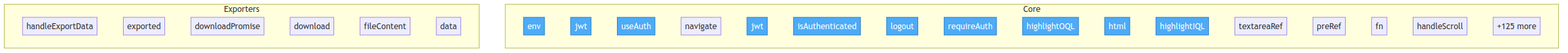
Above: project/flow.png in oqlos/www (Mermaid), before the change. Its source is kept beside it as project/flow.mmd.
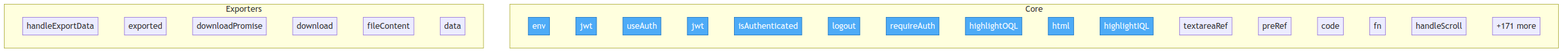
Later version of the same file.

Change to the diagram source:
```diff
@@ -6,7 +6,6 @@
         src__config__env["env"]
         src__components__ProtectedRoute__jwt["jwt"]
         src__hooks__useAuth__useAuth["useAuth"]
-        src__hooks__useAuth__navigate["navigate"]
         src__hooks__useAuth__jwt["jwt"]
         src__hooks__useAuth__isAuthenticated["isAuthenticated"]
         src__hooks__useAuth__logout["logout"]
@@ -16,9 +15,10 @@
         src__components__CodeEditor__highlightIQL["highlightIQL"]
         src__components__CodeEditor__textareaRef["textareaRef"]
         src__components__CodeEditor__preRef["preRef"]
+        src__components__CodeEditor__code["code"]
         src__components__CodeEditor__fn["fn"]
         src__components__CodeEditor__handleScroll["handleScroll"]
-        ...["+125 more"]
+        ...["+171 more"]
     end
 
     subgraph Exporters
```
